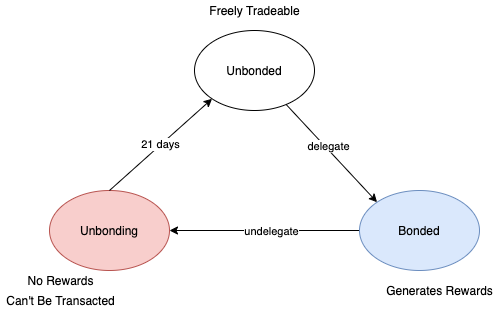
Before: src/.vuepress/public/img/diagrams/luna-phases.png, a diagram exported from draw.io (terra-money/docs). Source tidied: cells renumbered, new cells last; positions are measured from the earlier drawing's top-left corner, leaving out a move shared by most shapes. The source it was exported from:
```xml
<mxGraphModel>
  <root>
    <mxCell id="0" />
    <mxCell id="1" parent="0" />
    <mxCell id="2" value="Unbonded" style="ellipse;whiteSpace=wrap;html=1;" parent="1" vertex="1">
      <mxGeometry x="194" y="30" width="120" height="80" as="geometry" />
    </mxCell>
    <mxCell id="3" value="Unbonding" style="ellipse;whiteSpace=wrap;html=1;fillColor=#f8cecc;strokeColor=#b85450;" parent="1" vertex="1">
      <mxGeometry x="49" y="190" width="120" height="80" as="geometry" />
    </mxCell>
    <mxCell id="4" style="edgeStyle=orthogonalEdgeStyle;rounded=0;jettySize=auto;html=1;exitX=0;exitY=0.5;exitDx=0;exitDy=0;" parent="1" edge="1" source="6" target="3">
      <mxGeometry relative="1" as="geometry" />
    </mxCell>
    <mxCell id="5" value="undelegate" style="edgeLabel;html=1;align=center;verticalAlign=middle;" parent="4" vertex="1">
      <mxGeometry x="-0.07" y="1" relative="1" as="geometry" />
    </mxCell>
    <mxCell id="6" value="Bonded" style="ellipse;whiteSpace=wrap;html=1;fillColor=#dae8fc;strokeColor=#6c8ebf;" parent="1" vertex="1">
      <mxGeometry x="359" y="190" width="120" height="80" as="geometry" />
    </mxCell>
    <mxCell id="7" style="endArrow=classic;html=1;entryX=0;entryY=0;entryDx=0;entryDy=0;" parent="1" edge="1" source="2" target="6">
      <mxGeometry relative="1" as="geometry" />
    </mxCell>
    <mxCell id="8" value="delegate" style="edgeLabel;html=1;align=center;verticalAlign=middle;" parent="7" vertex="1">
      <mxGeometry x="-0.09" y="3" relative="1" as="geometry">
        <mxPoint x="-1" as="offset" />
      </mxGeometry>
    </mxCell>
    <mxCell id="9" value="21 days" style="endArrow=classic;html=1;exitX=0.5;exitY=0;exitDx=0;exitDy=0;entryX=0;entryY=1;entryDx=0;entryDy=0;" parent="1" edge="1" source="3" target="2">
      <mxGeometry relative="1" as="geometry" />
    </mxCell>
    <mxCell id="10" value="Generates Rewards" style="text;html=1;align=center;verticalAlign=middle;" parent="1" vertex="1">
      <mxGeometry x="379" y="280" width="120" height="20" as="geometry" />
    </mxCell>
    <mxCell id="11" value="Freely Tradeable" style="text;html=1;align=center;verticalAlign=middle;" parent="1" vertex="1">
      <mxGeometry x="199" width="110" height="20" as="geometry" />
    </mxCell>
    <mxCell id="12" value="No Rewards" style="text;html=1;align=center;verticalAlign=middle;" parent="1" vertex="1">
      <mxGeometry x="20" y="270" width="80" height="20" as="geometry" />
    </mxCell>
    <mxCell id="13" value="Can't Be Transacted" style="text;html=1;align=center;verticalAlign=middle;" parent="1" vertex="1">
      <mxGeometry y="290" width="120" height="20" as="geometry" />
    </mxCell>
  </root>
</mxGraphModel>
```
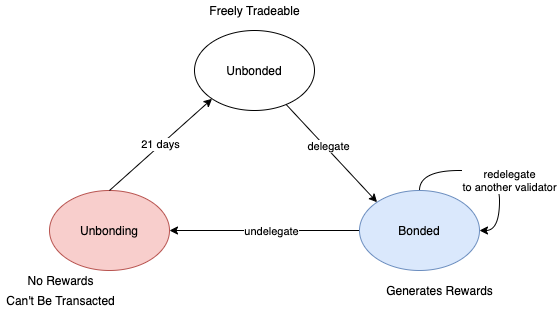
Later version of the same file.

Commit message:
add what is luna page

Change to the diagram source:
```diff
@@ -40,5 +40,13 @@
     <mxCell id="13" value="Can't Be Transacted" style="text;html=1;align=center;verticalAlign=middle;" parent="1" vertex="1">
       <mxGeometry y="290" width="120" height="20" as="geometry" />
     </mxCell>
+    <mxCell id="14" style="edgeStyle=orthogonalEdgeStyle;rounded=0;orthogonalLoop=1;jettySize=auto;html=1;exitX=0.5;exitY=0;exitDx=0;exitDy=0;entryX=1;entryY=0.5;entryDx=0;entryDy=0;curved=1;" parent="1" edge="1" source="6" target="6">
+      <mxGeometry relative="1" as="geometry" />
+    </mxCell>
+    <mxCell id="15" value="redelegate&lt;br&gt;to another validator" style="edgeLabel;html=1;align=center;verticalAlign=middle;" parent="14" vertex="1">
+      <mxGeometry x="0.29" y="-2" relative="1" as="geometry">
+        <mxPoint x="12" y="-6.2" as="offset" />
+      </mxGeometry>
+    </mxCell>
   </root>
 </mxGraphModel>
```
